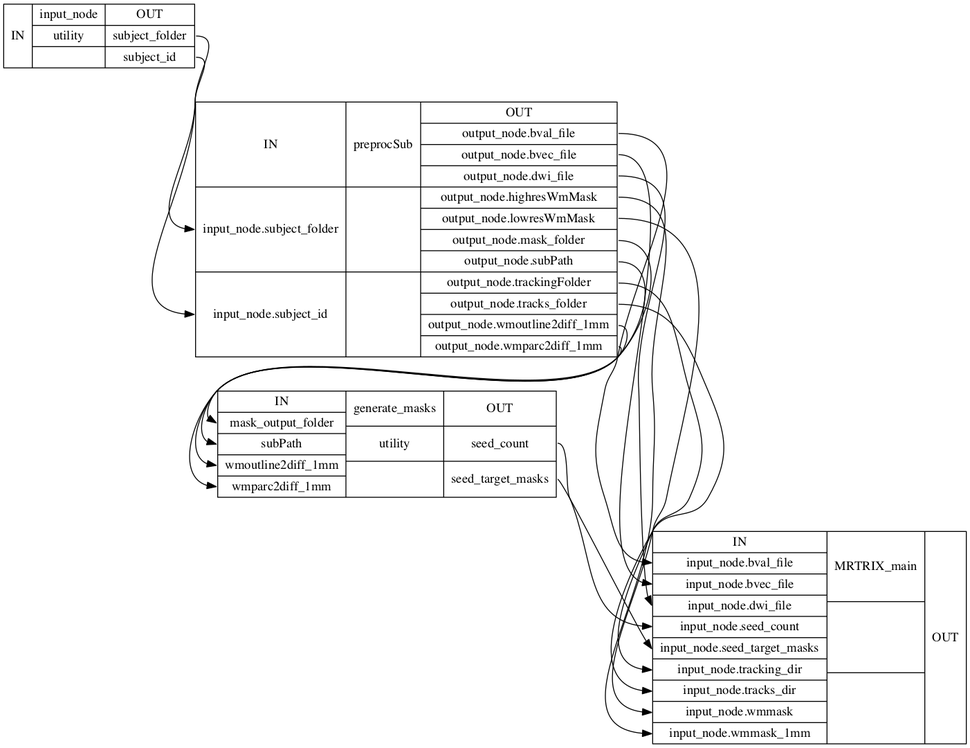
This is notebooks/workflow_graph_detailed.dot.png from BrainModes/TVB-Pypeline, a Graphviz export, as it was before one commit. Its source is kept beside it as notebooks/workflow_graph_detailed.dot.
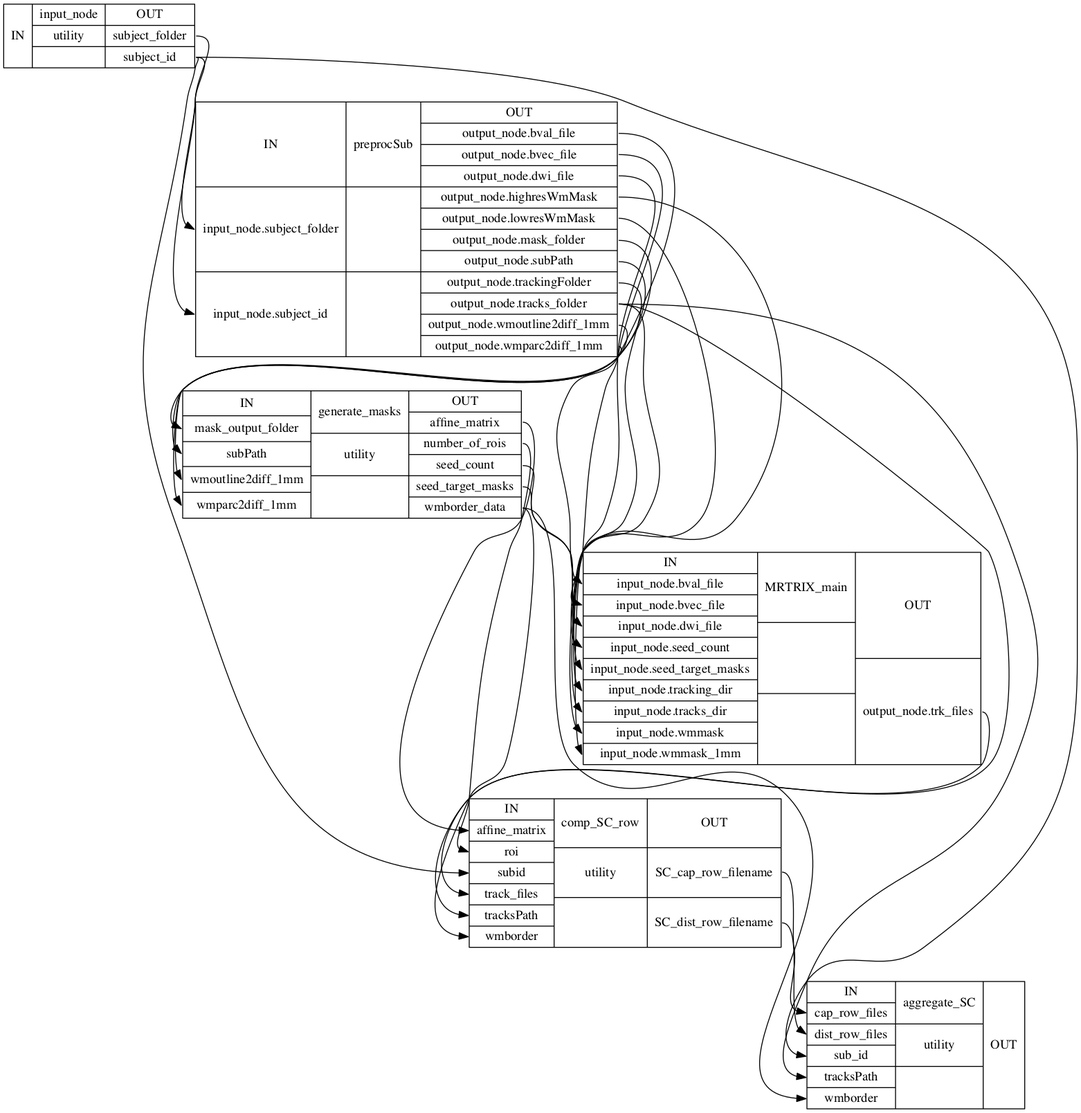
The same diagram one commit later.

The edit, as a diff of the source:
```diff
@@ -2,11 +2,22 @@
 node [shape=record];
 TVB_pipelineinput_node [label="{IN}|{ input_node | utility |  }|{OUT|<outsubjectfolder> subject_folder|<outsubjectid> subject_id}"];
 TVB_pipelinepreprocSub [label="{IN|<ininputnodesubjectfolder> input_node.subject_folder|<ininputnodesubjectid> input_node.subject_id}|{ preprocSub |  |  }|{OUT|<outoutputnodebvalfile> output_node.bval_file|<outoutputnodebvecfile> output_node.bvec_file|<outoutputnodedwifile> output_node.dwi_file|<outoutputnodehighresWmMask> output_node.highresWmMask|<outoutputnodelowresWmMask> output_node.lowresWmMask|<outoutputnodemaskfolder> output_node.mask_folder|<outoutputnodesubPath> output_node.subPath|<outoutputnodetrackingFolder> output_node.trackingFolder|<outoutputnodetracksfolder> output_node.tracks_folder|<outoutputnodewmoutline2diff1mm> output_node.wmoutline2diff_1mm|<outoutputnodewmparc2diff1mm> output_node.wmparc2diff_1mm}"];
-TVB_pipelinegenerate_masks [label="{IN|<inmaskoutputfolder> mask_output_folder|<insubPath> subPath|<inwmoutline2diff1mm> wmoutline2diff_1mm|<inwmparc2diff1mm> wmparc2diff_1mm}|{ generate_masks | utility |  }|{OUT|<outseedcount> seed_count|<outseedtargetmasks> seed_target_masks}"];
-TVB_pipelineMRTRIX_main [label="{IN|<ininputnodebvalfile> input_node.bval_file|<ininputnodebvecfile> input_node.bvec_file|<ininputnodedwifile> input_node.dwi_file|<ininputnodeseedcount> input_node.seed_count|<ininputnodeseedtargetmasks> input_node.seed_target_masks|<ininputnodetrackingdir> input_node.tracking_dir|<ininputnodetracksdir> input_node.tracks_dir|<ininputnodewmmask> input_node.wmmask|<ininputnodewmmask1mm> input_node.wmmask_1mm}|{ MRTRIX_main |  |  }|{OUT}"];
+TVB_pipelinegenerate_masks [label="{IN|<inmaskoutputfolder> mask_output_folder|<insubPath> subPath|<inwmoutline2diff1mm> wmoutline2diff_1mm|<inwmparc2diff1mm> wmparc2diff_1mm}|{ generate_masks | utility |  }|{OUT|<outaffinematrix> affine_matrix|<outnumberofrois> number_of_rois|<outseedcount> seed_count|<outseedtargetmasks> seed_target_masks|<outwmborderdata> wmborder_data}"];
+TVB_pipelineMRTRIX_main [label="{IN|<ininputnodebvalfile> input_node.bval_file|<ininputnodebvecfile> input_node.bvec_file|<ininputnodedwifile> input_node.dwi_file|<ininputnodeseedcount> input_node.seed_count|<ininputnodeseedtargetmasks> input_node.seed_target_masks|<ininputnodetrackingdir> input_node.tracking_dir|<ininputnodetracksdir> input_node.tracks_dir|<ininputnodewmmask> input_node.wmmask|<ininputnodewmmask1mm> input_node.wmmask_1mm}|{ MRTRIX_main |  |  }|{OUT|<outoutputnodetrkfiles> output_node.trk_files}"];
+TVB_pipelinecomp_SC_row [label="{IN|<inaffinematrix> affine_matrix|<inroi> roi|<insubid> subid|<intrackfiles> track_files|<intracksPath> tracksPath|<inwmborder> wmborder}|{ comp_SC_row | utility |  }|{OUT|<outSCcaprowfilename> SC_cap_row_filename|<outSCdistrowfilename> SC_dist_row_filename}"];
+TVB_pipelineaggregate_SC [label="{IN|<incaprowfiles> cap_row_files|<indistrowfiles> dist_row_files|<insubid> sub_id|<intracksPath> tracksPath|<inwmborder> wmborder}|{ aggregate_SC | utility |  }|{OUT}"];
+TVB_pipelineMRTRIX_main:outoutputnodetrkfiles:e -> TVB_pipelinecomp_SC_row:intrackfiles:w;
+TVB_pipelinecomp_SC_row:outSCcaprowfilename:e -> TVB_pipelineaggregate_SC:incaprowfiles:w;
+TVB_pipelinecomp_SC_row:outSCdistrowfilename:e -> TVB_pipelineaggregate_SC:indistrowfiles:w;
+TVB_pipelinegenerate_masks:outaffinematrix:e -> TVB_pipelinecomp_SC_row:inaffinematrix:w;
+TVB_pipelinegenerate_masks:outnumberofrois:e -> TVB_pipelinecomp_SC_row:inroi:w;
 TVB_pipelinegenerate_masks:outseedcount:e -> TVB_pipelineMRTRIX_main:ininputnodeseedcount:w;
 TVB_pipelinegenerate_masks:outseedtargetmasks:e -> TVB_pipelineMRTRIX_main:ininputnodeseedtargetmasks:w;
+TVB_pipelinegenerate_masks:outwmborderdata:e -> TVB_pipelineaggregate_SC:inwmborder:w;
+TVB_pipelinegenerate_masks:outwmborderdata:e -> TVB_pipelinecomp_SC_row:inwmborder:w;
 TVB_pipelineinput_node:outsubjectfolder:e -> TVB_pipelinepreprocSub:ininputnodesubjectfolder:w;
+TVB_pipelineinput_node:outsubjectid:e -> TVB_pipelineaggregate_SC:insubid:w;
+TVB_pipelineinput_node:outsubjectid:e -> TVB_pipelinecomp_SC_row:insubid:w;
 TVB_pipelineinput_node:outsubjectid:e -> TVB_pipelinepreprocSub:ininputnodesubjectid:w;
 TVB_pipelinepreprocSub:outoutputnodebvalfile:e -> TVB_pipelineMRTRIX_main:ininputnodebvalfile:w;
 TVB_pipelinepreprocSub:outoutputnodebvecfile:e -> TVB_pipelineMRTRIX_main:ininputnodebvecfile:w;
@@ -17,6 +28,8 @@
 TVB_pipelinepreprocSub:outoutputnodesubPath:e -> TVB_pipelinegenerate_masks:insubPath:w;
 TVB_pipelinepreprocSub:outoutputnodetrackingFolder:e -> TVB_pipelineMRTRIX_main:ininputnodetrackingdir:w;
 TVB_pipelinepreprocSub:outoutputnodetracksfolder:e -> TVB_pipelineMRTRIX_main:ininputnodetracksdir:w;
+TVB_pipelinepreprocSub:outoutputnodetracksfolder:e -> TVB_pipelineaggregate_SC:intracksPath:w;
+TVB_pipelinepreprocSub:outoutputnodetracksfolder:e -> TVB_pipelinecomp_SC_row:intracksPath:w;
 TVB_pipelinepreprocSub:outoutputnodewmoutline2diff1mm:e -> TVB_pipelinegenerate_masks:inwmoutline2diff1mm:w;
 TVB_pipelinepreprocSub:outoutputnodewmparc2diff1mm:e -> TVB_pipelinegenerate_masks:inwmparc2diff1mm:w;
 }
```
